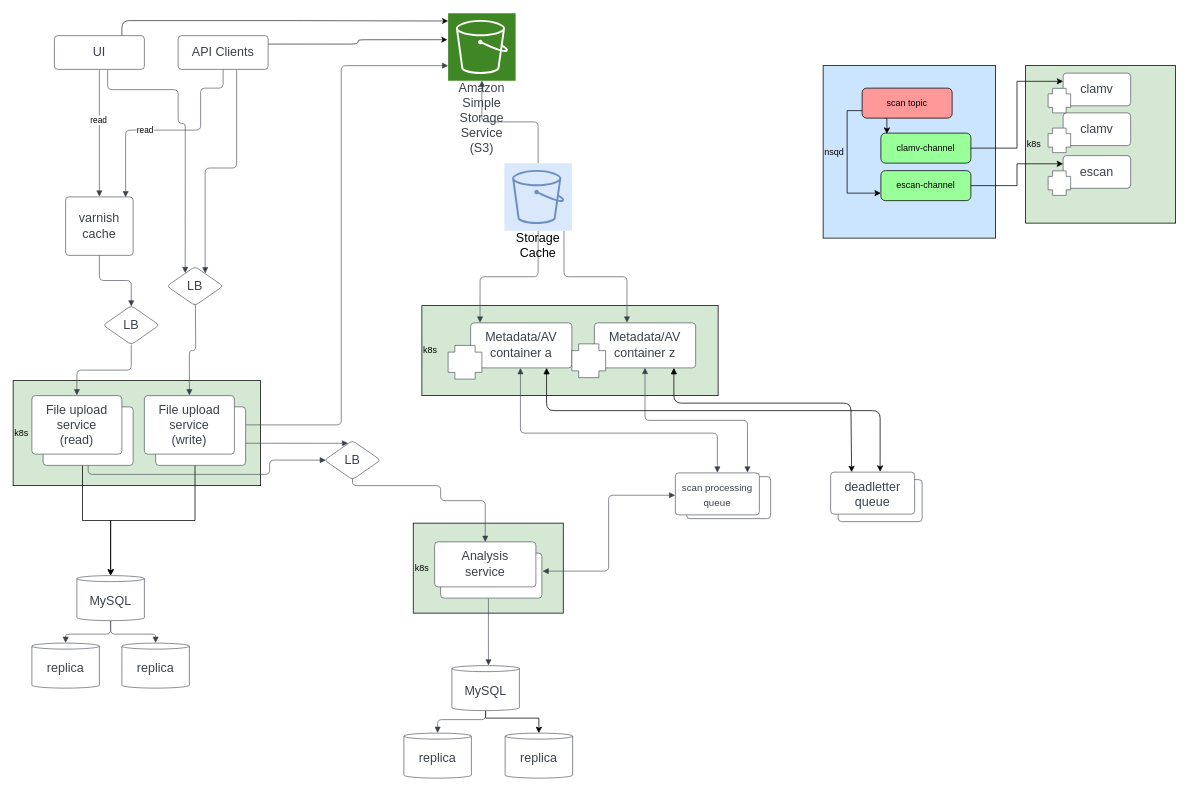
Before: vt/Virus Total V0.drawio in drsnyder/drawio, a draw.io diagram. Source tidied: cells renumbered, new cells numbered last; positions are measured from the earlier drawing's top-left corner, leaving out a move shared by most shapes. Both pictures are drawn from the tidied source at 75%, with x=0, y=0 at pixel (13, 13).
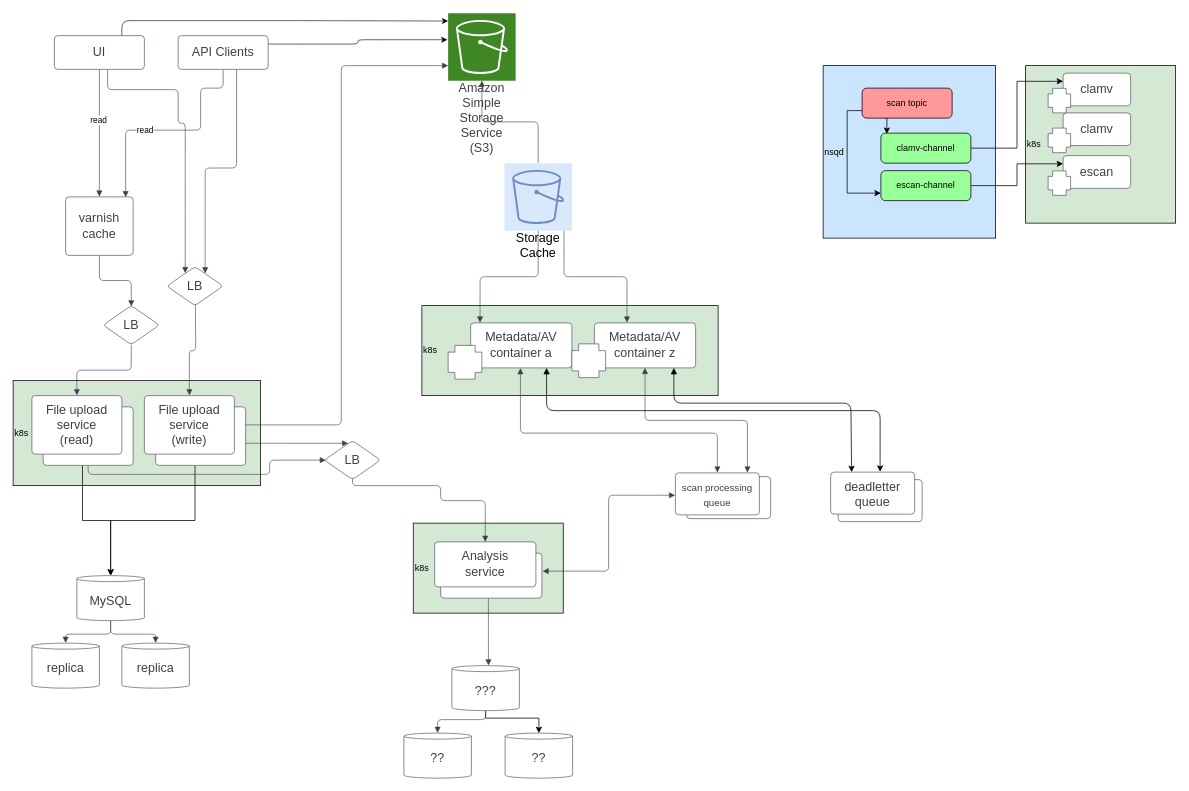
The same diagram, later.

Commit message:
different storage tech

The change refers to these unchanged cells:
```xml
<mxCell id="53" style="group;" parent="1" vertex="1">
  <mxGeometry x="521" y="870" width="225" height="150" as="geometry" />
</mxCell>
```

What changed in the source:
```diff
@@
-    <mxCell id="54" value="replica" style="html=1;overflow=block;blockSpacing=1;whiteSpace=wrap;shape=cylinder3;size=4;anchorPointDirection=0;boundedLbl=1;fontSize=16.7;fontColor=#3a414a;spacing=3.8;strokeColor=#3a414a;strokeOpacity=100;rounded=1;absoluteArcSize=1;arcSize=9;strokeWidth=0.8;lucidId=FO_ArwNvmqQp;" parent="53" vertex="1">
+    <mxCell id="54" value="??" style="html=1;overflow=block;blockSpacing=1;whiteSpace=wrap;shape=cylinder3;size=4;anchorPointDirection=0;boundedLbl=1;fontSize=16.7;fontColor=#3a414a;spacing=3.8;strokeColor=#3a414a;strokeOpacity=100;rounded=1;absoluteArcSize=1;arcSize=9;strokeWidth=0.8;lucidId=FO_ArwNvmqQp;" parent="53" vertex="1">
       <mxGeometry y="90" width="90" height="60" as="geometry" />
     </mxCell>
@@
-    <mxCell id="56" value="MySQL" style="html=1;overflow=block;blockSpacing=1;whiteSpace=wrap;shape=cylinder3;size=4;anchorPointDirection=0;boundedLbl=1;fontSize=16.7;fontColor=#3a414a;spacing=3.8;strokeColor=#3a414a;strokeOpacity=100;rounded=1;absoluteArcSize=1;arcSize=9;strokeWidth=0.8;lucidId=FO_AYWvHglI-;" parent="53" vertex="1">
+    <mxCell id="56" value="???" style="html=1;overflow=block;blockSpacing=1;whiteSpace=wrap;shape=cylinder3;size=4;anchorPointDirection=0;boundedLbl=1;fontSize=16.7;fontColor=#3a414a;spacing=3.8;strokeColor=#3a414a;strokeOpacity=100;rounded=1;absoluteArcSize=1;arcSize=9;strokeWidth=0.8;lucidId=FO_AYWvHglI-;" parent="53" vertex="1">
       <mxGeometry x="64" width="90" height="60" as="geometry" />
     </mxCell>
-    <mxCell id="57" value="replica" style="html=1;overflow=block;blockSpacing=1;whiteSpace=wrap;shape=cylinder3;size=4;anchorPointDirection=0;boundedLbl=1;fontSize=16.7;fontColor=#3a414a;spacing=3.8;strokeColor=#3a414a;strokeOpacity=100;rounded=1;absoluteArcSize=1;arcSize=9;strokeWidth=0.8;lucidId=TBtBAMIHkwPj;" parent="53" vertex="1">
+    <mxCell id="57" value="??" style="html=1;overflow=block;blockSpacing=1;whiteSpace=wrap;shape=cylinder3;size=4;anchorPointDirection=0;boundedLbl=1;fontSize=16.7;fontColor=#3a414a;spacing=3.8;strokeColor=#3a414a;strokeOpacity=100;rounded=1;absoluteArcSize=1;arcSize=9;strokeWidth=0.8;lucidId=TBtBAMIHkwPj;" parent="53" vertex="1">
       <mxGeometry x="135" y="90" width="90" height="60" as="geometry" />
     </mxCell>
```
